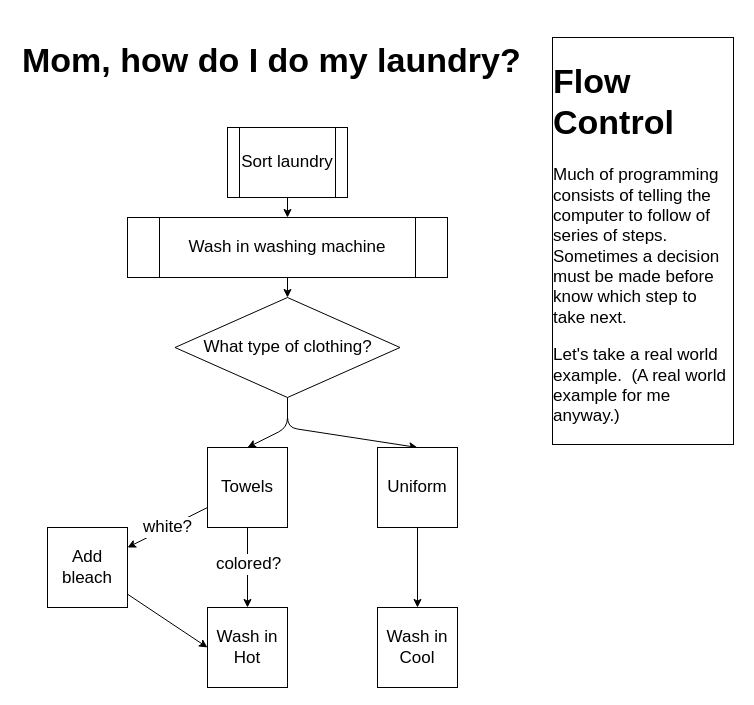
sc-emaher/intro_to_python keeps this draw.io diagram as lessons/5-Conditionals/5-0-IntroToFlowControl.drawio. Above is the earlier version. Source tidied: cells renumbered, new cells numbered last; positions are measured from the earlier drawing's top-left corner, leaving out a move shared by most shapes. Both pictures are drawn from the tidied source at 100%, with x=0, y=0 at pixel (17, 27).
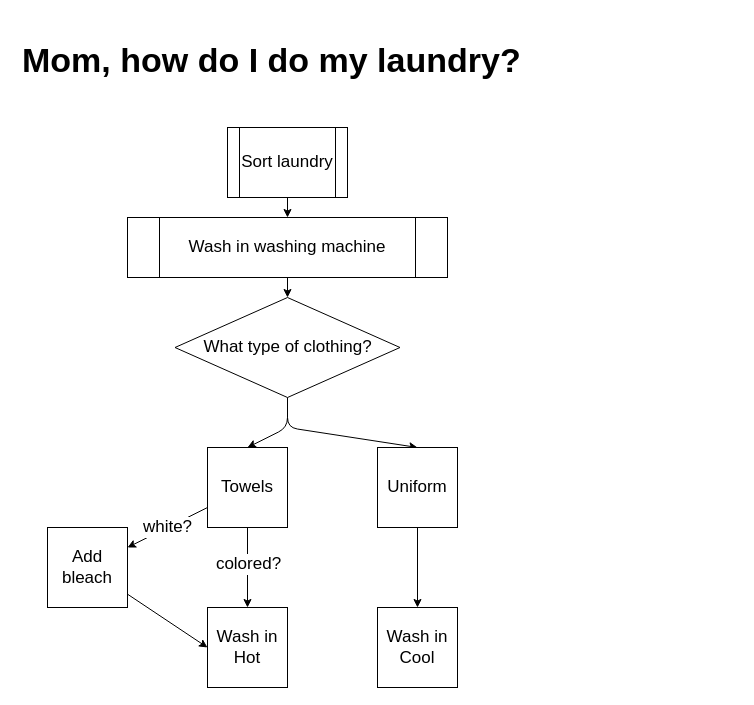
The same diagram, later.

Change to the diagram source:
```diff
@@
-    <mxCell id="2" value="&lt;h1&gt;Flow Control&lt;/h1&gt;&lt;p&gt;Much of programming consists of telling the computer to follow of series of steps.&amp;nbsp; Sometimes a decision must be made before know which step to take next.&lt;/p&gt;&lt;p&gt;Let's take a real world example.&amp;nbsp; (A real world example for me anyway.)&lt;/p&gt;" style="text;html=1;strokeColor=none;fillColor=none;spacing=5;spacingTop=-20;whiteSpace=wrap;overflow=hidden;rounded=0;labelBorderColor=default;fontSize=17;" parent="1" vertex="1">
-      <mxGeometry x="530" y="20" width="190" height="400" as="geometry" />
-    </mxCell>
```
